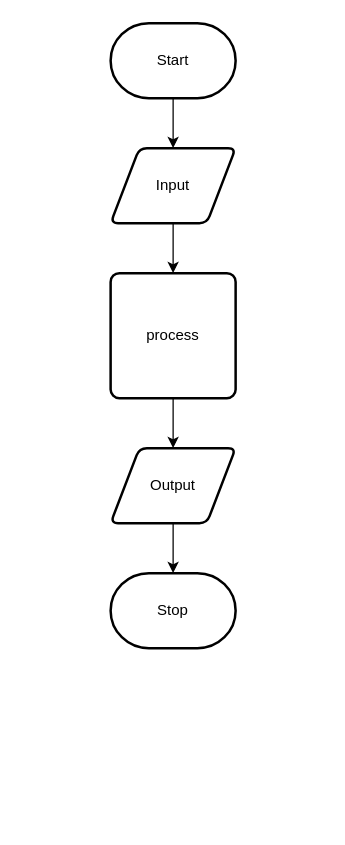
sam-corbett/ICS2O-Unit6-04-JS keeps this draw.io diagram as design/flow-chart.drawio. Above is the earlier version. Source tidied: cells renumbered, new cells numbered last; positions are measured from the earlier drawing's top-left corner, leaving out a move shared by most shapes. Both pictures are drawn from the tidied source at 125%, with x=0, y=0 at pixel (110, 22).
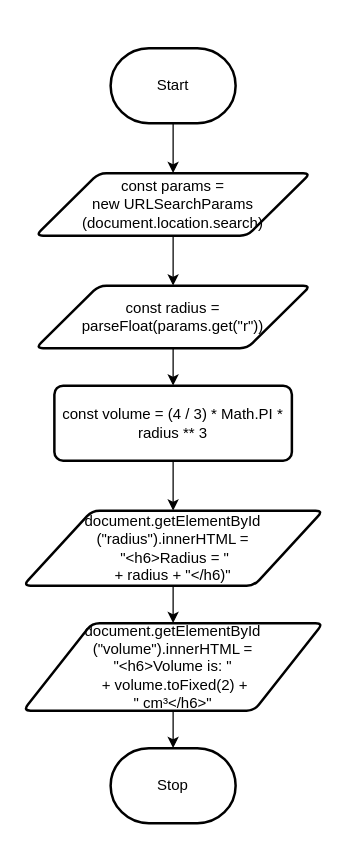
The same diagram, later.

Commit message (it also covers changes not shown here):
storyboard and flowchart added

Change to the diagram source:
```diff
@@
 <mxGraphModel>
   <root>
     <mxCell id="0" />
     <mxCell id="1" parent="0" />
-    <mxCell id="2" style="edgeStyle=none;html=1;" parent="1" edge="1" source="3" target="5">
-      <mxGeometry relative="1" as="geometry" />
-    </mxCell>
+    <mxCell id="11" style="edgeStyle=none;html=1;" parent="1" edge="1" source="3" target="13">
+      <mxGeometry relative="1" as="geometry" />
+    </mxCell>
     <mxCell id="3" value="Start" style="strokeWidth=2;html=1;shape=mxgraph.flowchart.terminator;whiteSpace=wrap;" parent="1" vertex="1">
-      <mxGeometry width="100" height="60" as="geometry" />
+      <mxGeometry y="20" width="100" height="60" as="geometry" />
     </mxCell>
-    <mxCell id="4" style="edgeStyle=none;html=1;" parent="1" edge="1" source="5" target="7">
-      <mxGeometry relative="1" as="geometry" />
-    </mxCell>
-    <mxCell id="5" value="Input" style="shape=parallelogram;html=1;strokeWidth=2;perimeter=parallelogramPerimeter;whiteSpace=wrap;rounded=1;arcSize=12;size=0.23;" parent="1" vertex="1">
-      <mxGeometry y="100" width="100" height="60" as="geometry" />
-    </mxCell>
-    <mxCell id="6" style="edgeStyle=none;html=1;" parent="1" edge="1" source="7" target="9">
-      <mxGeometry relative="1" as="geometry" />
-    </mxCell>
-    <mxCell id="7" value="process" style="rounded=1;whiteSpace=wrap;html=1;absoluteArcSize=1;arcSize=14;strokeWidth=2;" parent="1" vertex="1">
-      <mxGeometry y="200" width="100" height="100" as="geometry" />
-    </mxCell>
-    <mxCell id="8" style="edgeStyle=none;html=1;" parent="1" edge="1" source="9" target="10">
-      <mxGeometry relative="1" as="geometry" />
-    </mxCell>
-    <mxCell id="9" value="Output" style="shape=parallelogram;html=1;strokeWidth=2;perimeter=parallelogramPerimeter;whiteSpace=wrap;rounded=1;arcSize=12;size=0.23;" parent="1" vertex="1">
-      <mxGeometry y="340" width="100" height="60" as="geometry" />
-    </mxCell>
     <mxCell id="10" value="Stop" style="strokeWidth=2;html=1;shape=mxgraph.flowchart.terminator;whiteSpace=wrap;" parent="1" vertex="1">
-      <mxGeometry y="440" width="100" height="60" as="geometry" />
+      <mxGeometry y="580" width="100" height="60" as="geometry" />
     </mxCell>
+    <mxCell id="12" style="edgeStyle=none;html=1;exitX=0.5;exitY=1;exitDx=0;exitDy=0;entryX=0.5;entryY=0;entryDx=0;entryDy=0;" parent="1" edge="1" source="13" target="15">
+      <mxGeometry relative="1" as="geometry" />
+    </mxCell>
+    <mxCell id="13" value="const params = &lt;br&gt;new URLSearchParams&lt;br&gt;(document.location.search)" style="shape=parallelogram;html=1;strokeWidth=2;perimeter=parallelogramPerimeter;whiteSpace=wrap;rounded=1;arcSize=12;size=0.23;" parent="1" vertex="1">
+      <mxGeometry x="-60" y="120" width="220" height="50" as="geometry" />
+    </mxCell>
+    <mxCell id="14" style="edgeStyle=none;html=1;exitX=0.5;exitY=1;exitDx=0;exitDy=0;" parent="1" edge="1" source="15" target="17">
+      <mxGeometry relative="1" as="geometry" />
+    </mxCell>
+    <mxCell id="15" value="const radius = parseFloat(params.get(&quot;r&quot;))" style="shape=parallelogram;html=1;strokeWidth=2;perimeter=parallelogramPerimeter;whiteSpace=wrap;rounded=1;arcSize=12;size=0.23;" parent="1" vertex="1">
+      <mxGeometry x="-60" y="210" width="220" height="50" as="geometry" />
+    </mxCell>
+    <mxCell id="16" style="edgeStyle=none;html=1;exitX=0.5;exitY=1;exitDx=0;exitDy=0;" parent="1" edge="1" source="17" target="19">
+      <mxGeometry relative="1" as="geometry" />
+    </mxCell>
+    <mxCell id="17" value="const volume = (4 / 3) * Math.PI * radius ** 3" style="rounded=1;whiteSpace=wrap;html=1;absoluteArcSize=1;arcSize=14;strokeWidth=2;" parent="1" vertex="1">
+      <mxGeometry x="-45" y="290" width="190" height="60" as="geometry" />
+    </mxCell>
+    <mxCell id="18" style="edgeStyle=none;html=1;exitX=0.5;exitY=1;exitDx=0;exitDy=0;entryX=0.5;entryY=0;entryDx=0;entryDy=0;" parent="1" edge="1" source="19" target="21">
+      <mxGeometry relative="1" as="geometry" />
+    </mxCell>
+    <mxCell id="19" value="document.getElementById&lt;br&gt;(&quot;radius&quot;).innerHTML =&lt;br&gt;&amp;nbsp;&quot;&amp;lt;h6&amp;gt;Radius = &quot; &lt;br&gt;+ radius + &quot;&amp;lt;/h6)&quot;" style="shape=parallelogram;html=1;strokeWidth=2;perimeter=parallelogramPerimeter;whiteSpace=wrap;rounded=1;arcSize=12;size=0.23;" parent="1" vertex="1">
+      <mxGeometry x="-70" y="390" width="240" height="60" as="geometry" />
+    </mxCell>
+    <mxCell id="20" style="edgeStyle=none;html=1;exitX=0.5;exitY=1;exitDx=0;exitDy=0;" parent="1" edge="1" source="21" target="10">
+      <mxGeometry relative="1" as="geometry" />
+    </mxCell>
+    <mxCell id="21" value="document.getElementById&lt;br&gt;(&quot;volume&quot;).innerHTML =&lt;br&gt;&quot;&amp;lt;h6&amp;gt;Volume is: &quot;&lt;br&gt;&amp;nbsp;+ volume.toFixed(2) + &lt;br&gt;&quot; cm³&amp;lt;/h6&amp;gt;&quot;" style="shape=parallelogram;html=1;strokeWidth=2;perimeter=parallelogramPerimeter;whiteSpace=wrap;rounded=1;arcSize=12;size=0.23;" parent="1" vertex="1">
+      <mxGeometry x="-70" y="480" width="240" height="70" as="geometry" />
+    </mxCell>
   </root>
 </mxGraphModel>
```
